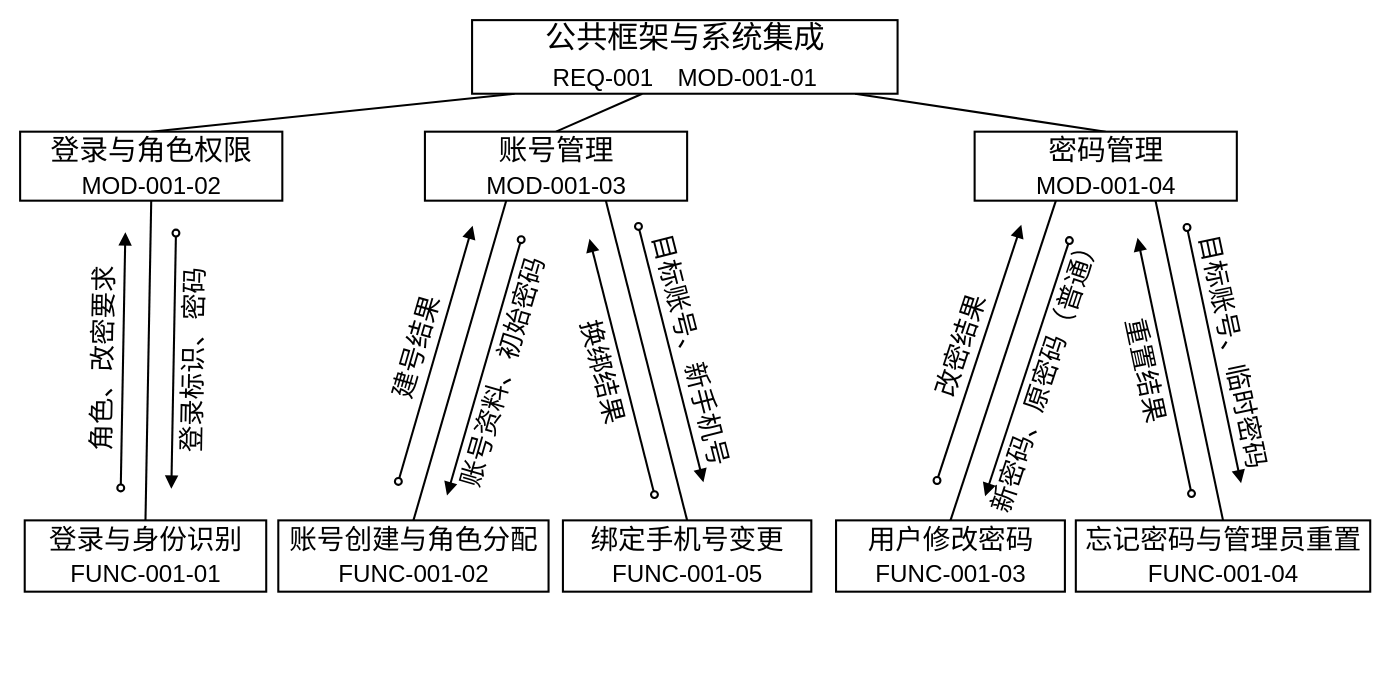
The draw.io diagram page "账号与密码" (1 of 3) of docs/design/architecture/REQ-001/REQ-001_模块结构图.drawio in ZhenyuYangK/HDU-campus-express-management, before the edit. Source tidied: cells renumbered, new cells numbered last; positions are measured from the earlier drawing's top-left corner, leaving out a move shared by most shapes. Both pictures are drawn from the tidied source at 115%, with x=0, y=0 at pixel (3, 20).
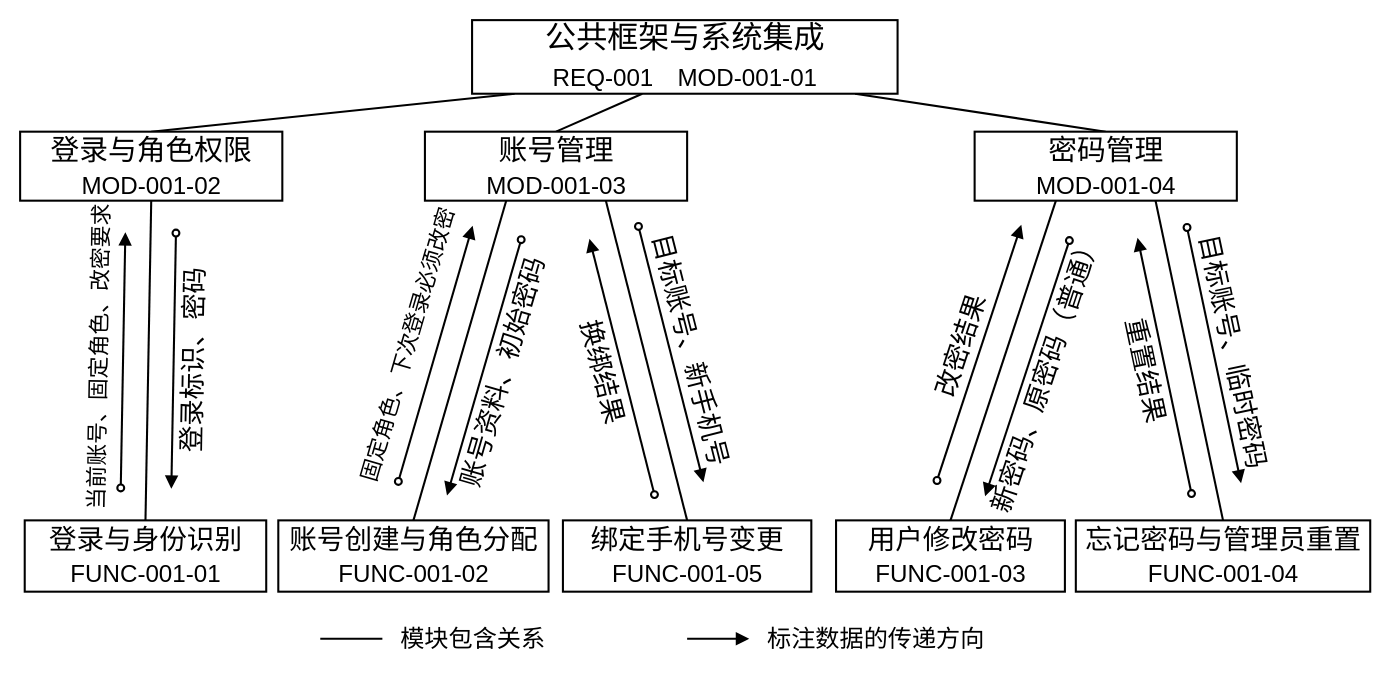
The same page after the edit.

What changed in the source:
```diff
@@
-    <mxCell id="9" value="角色、改密要求" style="text;strokeColor=none;fillColor=none;rotation=-88.970;html=1;whiteSpace=nowrap;align=center;verticalAlign=middle;fontColor=#000000;fontFamily=Microsoft YaHei;fontSize=23;" parent="1" vertex="1">
-      <mxGeometry y="280.3" width="173" height="30" as="geometry" />
+    <mxCell id="9" value="当前账号、固定角色、改密要求" style="text;strokeColor=none;fillColor=none;rotation=-88.970;html=1;whiteSpace=nowrap;align=center;verticalAlign=middle;fontColor=#000000;fontFamily=Microsoft YaHei;fontSize=19;" parent="1" vertex="1">
+      <mxGeometry x="-48" y="279" width="263" height="30" as="geometry" />
     </mxCell>
@@
-    <mxCell id="14" value="建号结果" style="text;strokeColor=none;fillColor=none;rotation=-73.816;html=1;whiteSpace=nowrap;align=center;verticalAlign=middle;fontColor=#000000;fontFamily=Microsoft YaHei;fontSize=23;" parent="1" vertex="1">
-      <mxGeometry x="306.9" y="270.1" width="104" height="30" as="geometry" />
+    <mxCell id="14" value="固定角色、下次登录必须改密" style="text;strokeColor=none;fillColor=none;rotation=-73.816;html=1;whiteSpace=nowrap;align=center;verticalAlign=middle;fontColor=#000000;fontFamily=Microsoft YaHei;fontSize=19;" parent="1" vertex="1">
+      <mxGeometry x="221" y="268" width="262" height="30" as="geometry" />
     </mxCell>
@@
+    <mxCell id="39" style="strokeColor=#000000;strokeWidth=1.8;rounded=0;startArrow=none;endArrow=none;endSize=7;endFill=1;" parent="1" edge="1">
+      <mxGeometry relative="1" as="geometry">
+        <mxPoint x="275" y="538" as="sourcePoint" />
+        <mxPoint x="329" y="538" as="targetPoint" />
+      </mxGeometry>
+    </mxCell>
+    <mxCell id="40" value="模块包含关系" style="text;strokeColor=none;fillColor=none;html=1;whiteSpace=nowrap;verticalAlign=middle;fontColor=#000000;fontFamily=Microsoft YaHei;align=left;fontSize=21;spacing=0;" parent="1" vertex="1">
+      <mxGeometry x="345" y="524" width="300" height="28" as="geometry" />
+    </mxCell>
+    <mxCell id="41" style="strokeColor=#000000;strokeWidth=1.8;rounded=0;startArrow=none;endArrow=block;endSize=7;endFill=1;" parent="1" edge="1">
+      <mxGeometry relative="1" as="geometry">
+        <mxPoint x="594" y="538" as="sourcePoint" />
+        <mxPoint x="648" y="538" as="targetPoint" />
+      </mxGeometry>
+    </mxCell>
+    <mxCell id="42" value="标注数据的传递方向" style="text;strokeColor=none;fillColor=none;html=1;whiteSpace=nowrap;verticalAlign=middle;fontColor=#000000;fontFamily=Microsoft YaHei;align=left;fontSize=21;spacing=0;" parent="1" vertex="1">
+      <mxGeometry x="664" y="524" width="260" height="28" as="geometry" />
+    </mxCell>
```
